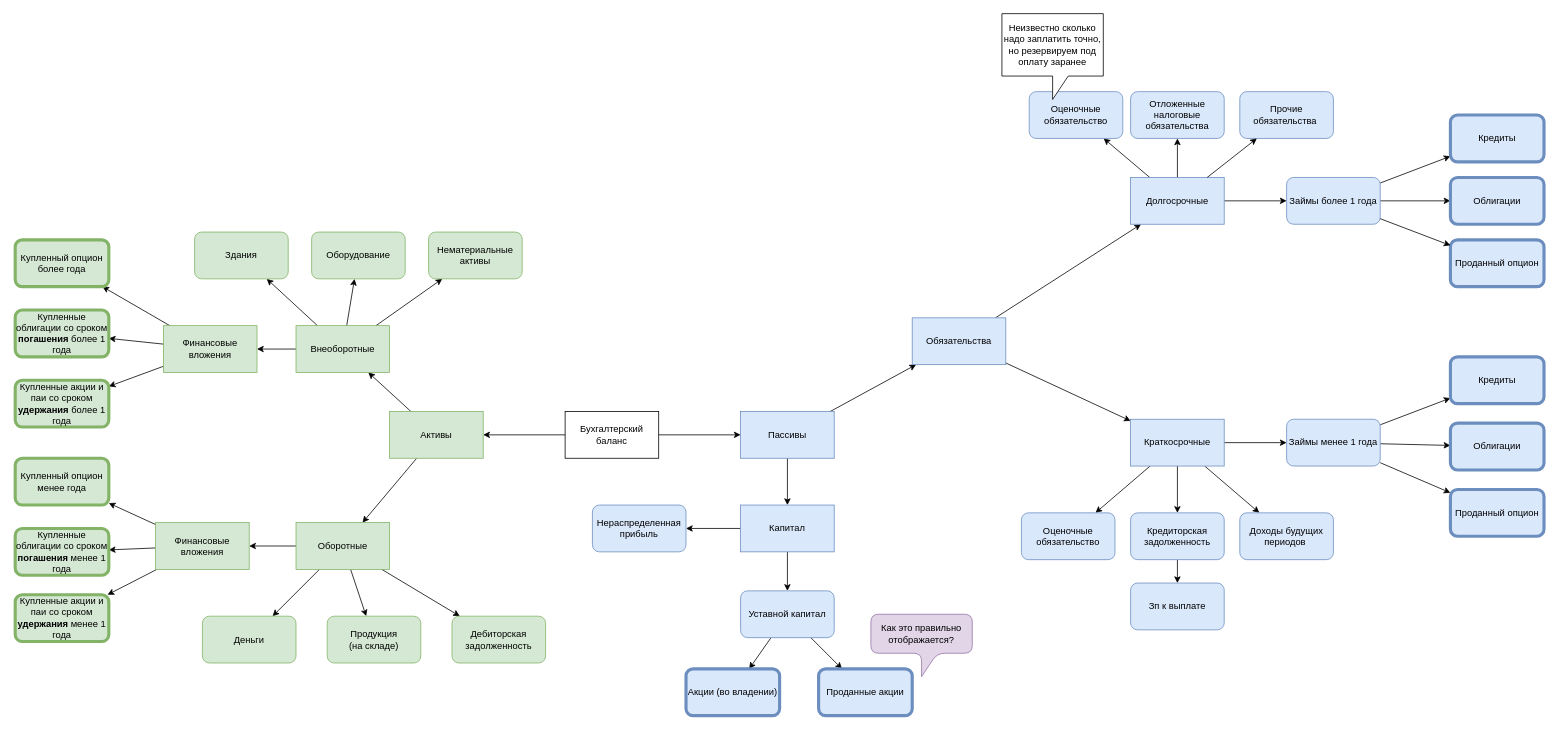
Earlier version of the draw.io diagram Бухгалтерский баланс.drawio (sedykh-vladi/charts). Source tidied: cells renumbered, new cells numbered last; positions are measured from the earlier drawing's top-left corner, leaving out a move shared by most shapes. Both pictures are drawn from the tidied source at 78%, with x=0, y=0 at pixel (15, 13).
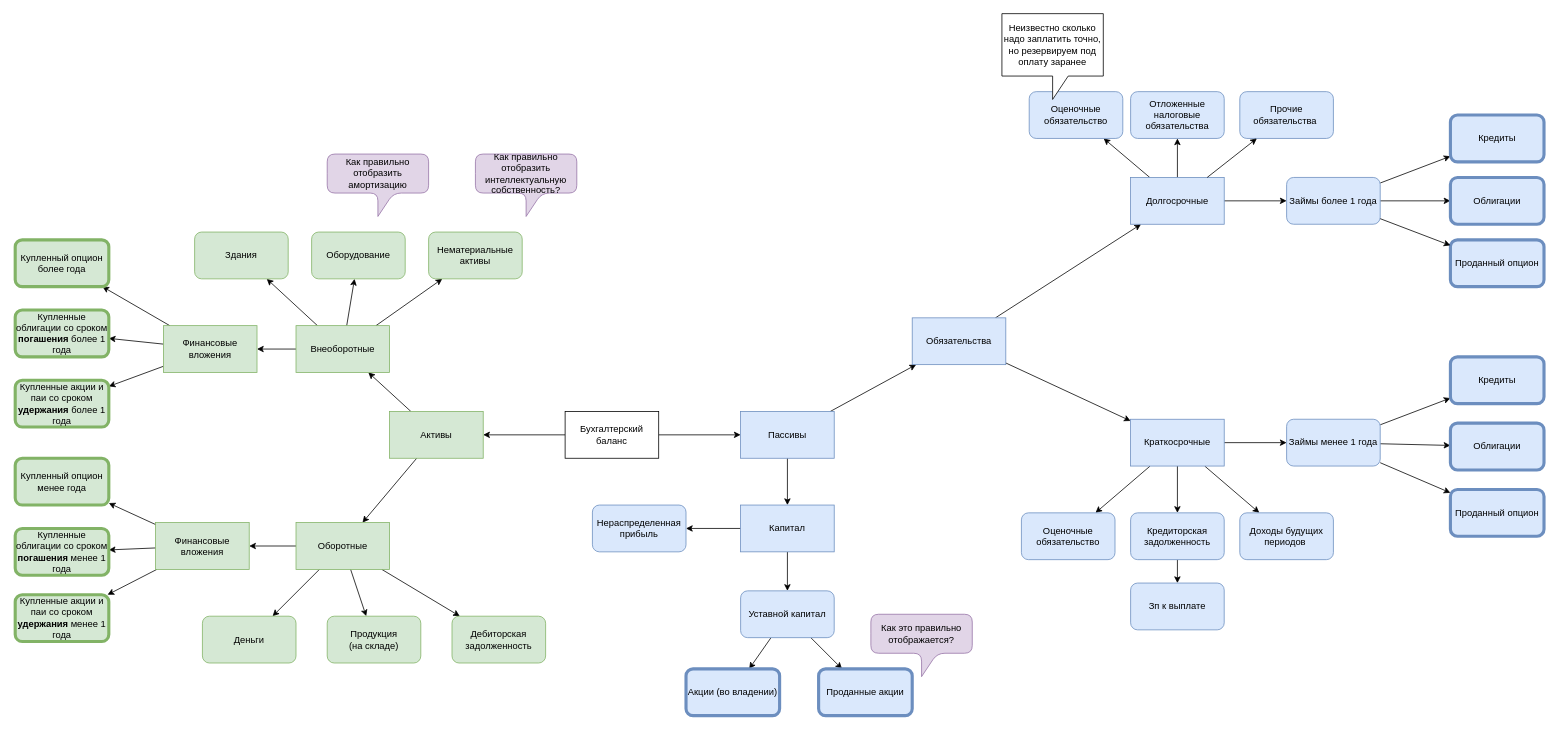
The same diagram, later.

Commit message:
Добавил комменты

The edit, as a diff of the source:
```diff
@@
+    <mxCell id="87" value="Как правильно отобразить амортизацию" style="shape=callout;whiteSpace=wrap;html=1;perimeter=calloutPerimeter;fillColor=#e1d5e7;strokeColor=#9673a6;rounded=1;" parent="1" vertex="1">
+      <mxGeometry x="400" y="180" width="130" height="80" as="geometry" />
+    </mxCell>
+    <mxCell id="88" value="Как правильно отобразить интеллектуальную собственность?" style="shape=callout;whiteSpace=wrap;html=1;perimeter=calloutPerimeter;fillColor=#e1d5e7;strokeColor=#9673a6;rounded=1;" parent="1" vertex="1">
+      <mxGeometry x="590" y="180" width="130" height="80" as="geometry" />
+    </mxCell>
```
